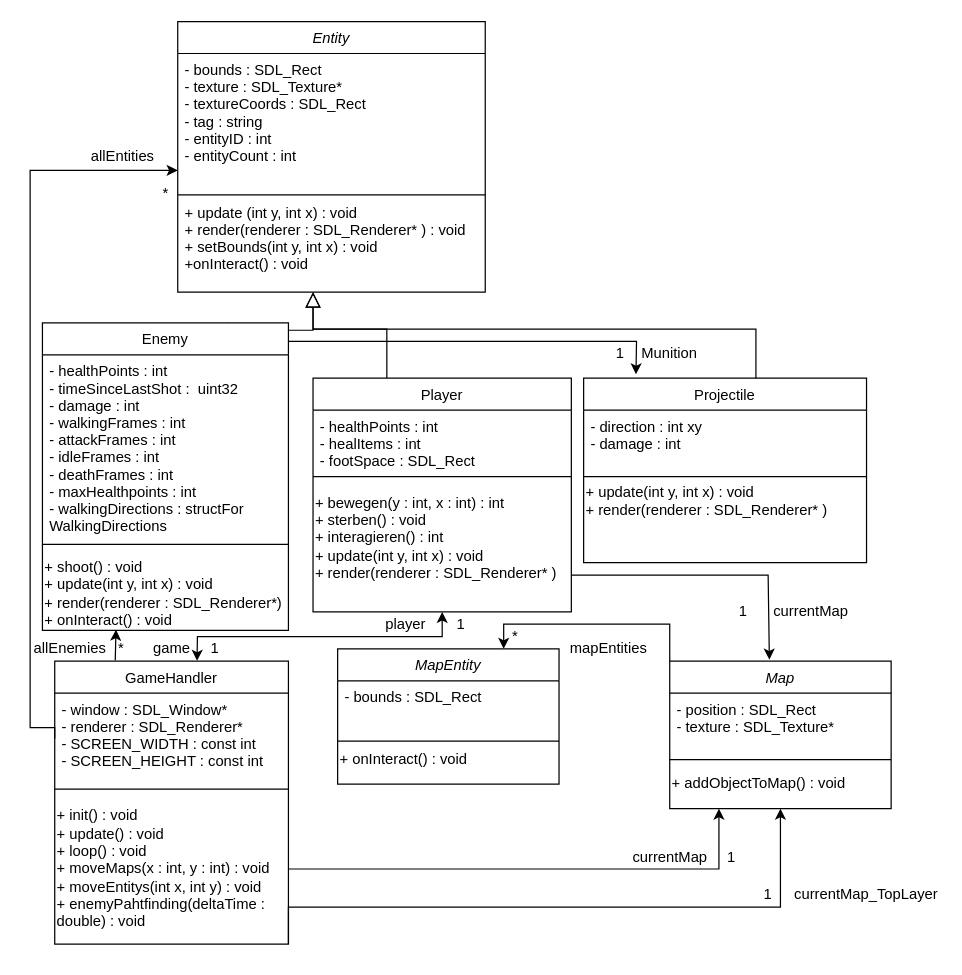
Earlier version of the draw.io diagram findetKevin/FindetKelvin.drawio (Joris-debug/FindetKevin). Source tidied: cells renumbered, new cells numbered last; positions are measured from the earlier drawing's top-left corner, leaving out a move shared by most shapes. Both pictures are drawn from the tidied source at 123%, with x=0, y=0 at pixel (30, 21).
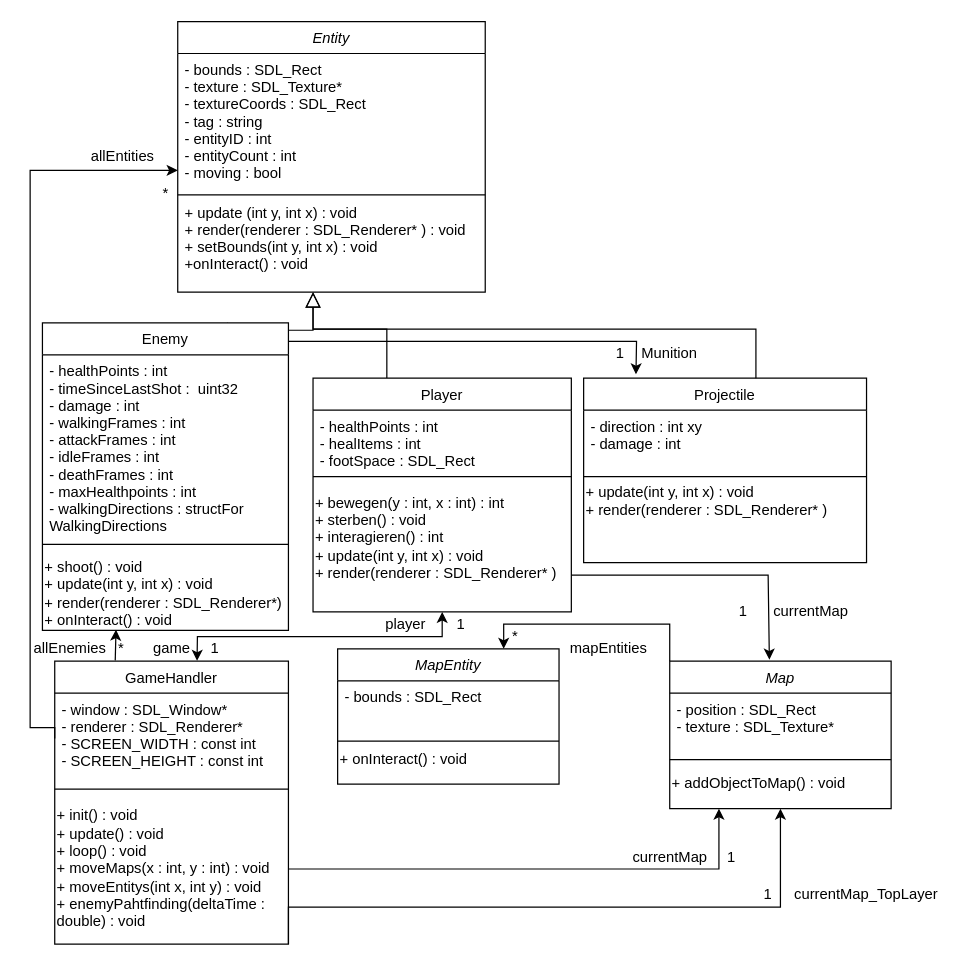
After the change.

The change refers to these unchanged cells:
```xml
<mxCell id="48" value="Entity" style="swimlane;fontStyle=2;align=center;verticalAlign=top;horizontal=1;startSize=26;rounded=0;shadow=0;strokeWidth=1;" parent="1" vertex="1">
  <mxGeometry x="120" width="250" height="220" as="geometry" />
</mxCell>
```

Change to the diagram source:
```diff
@@
-    <mxCell id="49" value="- bounds : SDL_Rect &#10;- texture : SDL_Texture*&#10;- textureCoords : SDL_Rect&#10;- tag : string&#10;- entityID : int&#10;- entityCount : int" style="text;align=left;verticalAlign=top;spacingLeft=4;spacingRight=4;overflow=hidden;" parent="48" vertex="1">
+    <mxCell id="49" value="- bounds : SDL_Rect &#10;- texture : SDL_Texture*&#10;- textureCoords : SDL_Rect&#10;- tag : string&#10;- entityID : int&#10;- entityCount : int&#10;- moving : bool" style="text;align=left;verticalAlign=top;spacingLeft=4;spacingRight=4;overflow=hidden;" parent="48" vertex="1">
       <mxGeometry y="26" width="250" height="114" as="geometry" />
     </mxCell>
```
